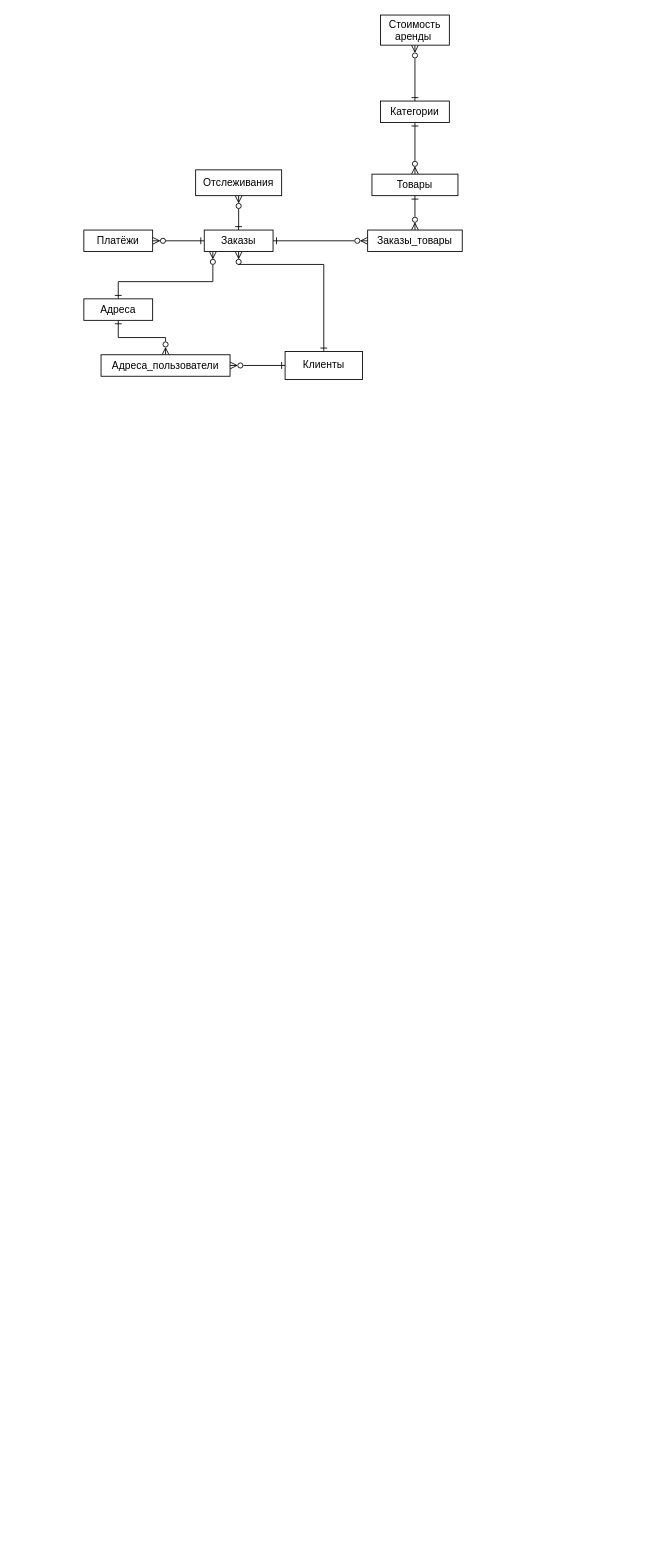
DanilaMalkin/FUrent keeps this draw.io diagram as СхемаБД.drawio. Above is the earlier version. Source tidied: cells renumbered, new cells numbered last; positions are measured from the earlier drawing's top-left corner, leaving out a move shared by most shapes. Both pictures are drawn from the tidied source at 86%, with x=0, y=0 at pixel (83, 15).
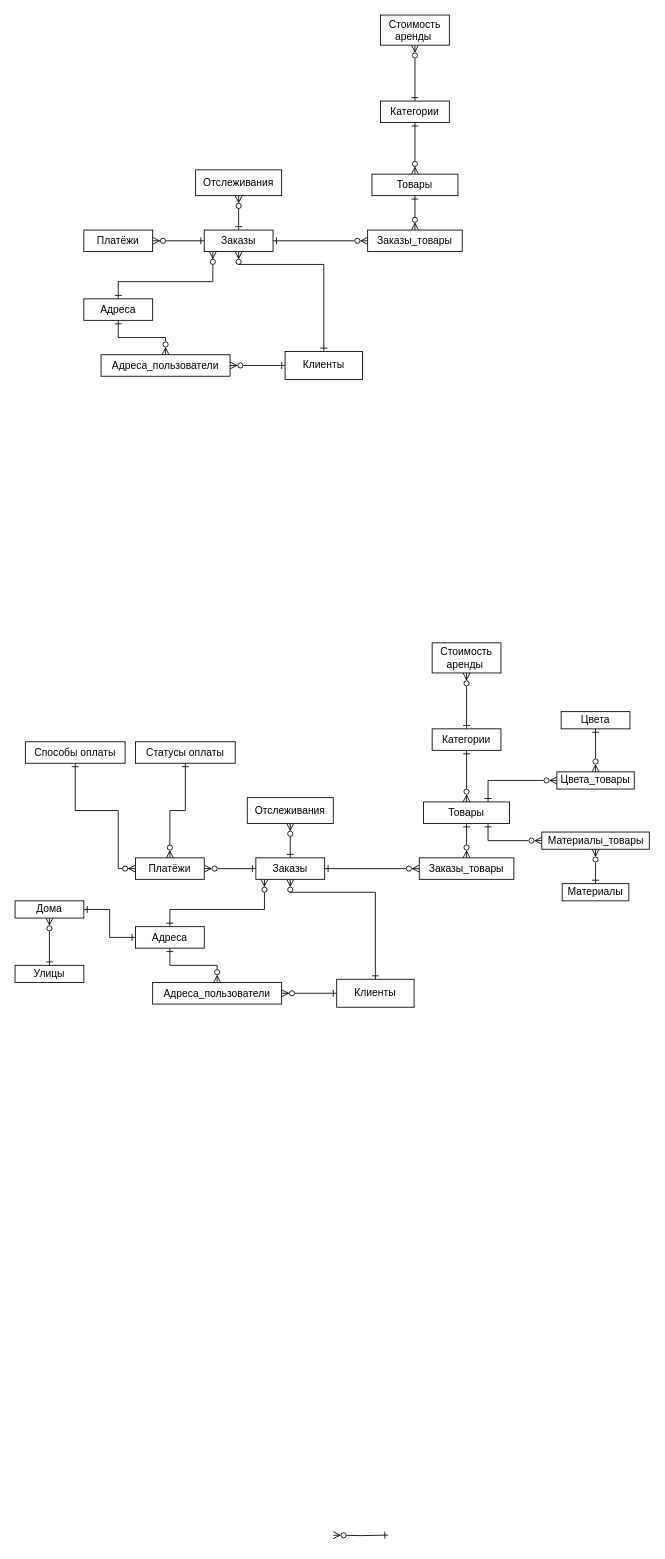
The same diagram, later.

The edit, as a diff of the source:
```diff
@@
+    <mxCell id="22" style="edgeStyle=orthogonalEdgeStyle;rounded=0;jettySize=auto;html=1;endArrow=ERzeroToMany;endFill=0;startArrow=ERone;startFill=0;" parent="1" edge="1" source="23" target="30">
+      <mxGeometry relative="1" as="geometry">
+        <Array as="points">
+          <mxPoint x="339" y="1020" />
+          <mxPoint x="240" y="1020" />
+        </Array>
+      </mxGeometry>
+    </mxCell>
+    <mxCell id="23" value="Клиенты" style="rounded=0;whiteSpace=wrap;html=1;" parent="1" vertex="1">
+      <mxGeometry x="294" y="1121.2" width="90" height="32.5" as="geometry" />
+    </mxCell>
+    <mxCell id="24" style="edgeStyle=orthogonalEdgeStyle;rounded=0;jettySize=auto;html=1;startArrow=ERone;startFill=0;endArrow=ERzeroToMany;endFill=0;" parent="1" edge="1" source="26" target="30">
+      <mxGeometry relative="1" as="geometry">
+        <Array as="points">
+          <mxPoint x="100" y="1040" />
+          <mxPoint x="210" y="1040" />
+        </Array>
+      </mxGeometry>
+    </mxCell>
+    <mxCell id="25" style="edgeStyle=orthogonalEdgeStyle;rounded=0;jettySize=auto;html=1;entryX=0.5;entryY=0;entryDx=0;entryDy=0;startArrow=ERone;startFill=0;endArrow=ERzeroToMany;endFill=0;" parent="1" edge="1" source="26" target="40">
+      <mxGeometry relative="1" as="geometry" />
+    </mxCell>
+    <mxCell id="26" value="Адреса" style="rounded=0;whiteSpace=wrap;html=1;" parent="1" vertex="1">
+      <mxGeometry x="60" y="1060" width="80" height="25" as="geometry" />
+    </mxCell>
+    <mxCell id="27" style="edgeStyle=orthogonalEdgeStyle;rounded=0;jettySize=auto;html=1;exitX=1;exitY=0.5;exitDx=0;exitDy=0;entryX=0;entryY=0.5;entryDx=0;entryDy=0;endArrow=ERone;endFill=0;startArrow=ERzeroToMany;startFill=0;" parent="1" edge="1" source="28" target="30">
+      <mxGeometry relative="1" as="geometry" />
+    </mxCell>
+    <mxCell id="28" value="Платёжи" style="rounded=0;whiteSpace=wrap;html=1;" parent="1" vertex="1">
+      <mxGeometry x="60" y="980" width="80" height="25" as="geometry" />
+    </mxCell>
+    <mxCell id="29" style="edgeStyle=orthogonalEdgeStyle;rounded=0;jettySize=auto;html=1;entryX=0.5;entryY=1;entryDx=0;entryDy=0;endArrow=ERzeroToMany;endFill=0;startArrow=ERone;startFill=0;" parent="1" edge="1" source="30" target="31">
+      <mxGeometry relative="1" as="geometry" />
+    </mxCell>
+    <mxCell id="30" value="Заказы" style="rounded=0;whiteSpace=wrap;html=1;" parent="1" vertex="1">
+      <mxGeometry x="200" y="980" width="80" height="25" as="geometry" />
+    </mxCell>
+    <mxCell id="31" value="Отслеживания" style="rounded=0;whiteSpace=wrap;html=1;" parent="1" vertex="1">
+      <mxGeometry x="190" y="910" width="100" height="30" as="geometry" />
+    </mxCell>
+    <mxCell id="32" style="edgeStyle=orthogonalEdgeStyle;rounded=0;jettySize=auto;html=1;entryX=1;entryY=0.5;entryDx=0;entryDy=0;startArrow=ERzeroToMany;startFill=0;endArrow=ERone;endFill=0;" parent="1" edge="1" source="34" target="30">
+      <mxGeometry relative="1" as="geometry" />
+    </mxCell>
+    <mxCell id="33" style="edgeStyle=orthogonalEdgeStyle;rounded=0;jettySize=auto;html=1;startArrow=ERone;startFill=0;endArrow=ERzeroToMany;endFill=0;entryX=0.5;entryY=0;entryDx=0;entryDy=0;exitX=0.5;exitY=1;exitDx=0;exitDy=0;" parent="1" edge="1" source="43" target="34">
+      <mxGeometry relative="1" as="geometry" />
+    </mxCell>
+    <mxCell id="34" value="Заказы_товары" style="rounded=0;whiteSpace=wrap;html=1;" parent="1" vertex="1">
+      <mxGeometry x="390" y="980" width="110" height="25" as="geometry" />
+    </mxCell>
+    <mxCell id="35" style="edgeStyle=orthogonalEdgeStyle;rounded=0;jettySize=auto;html=1;entryX=0.5;entryY=0;entryDx=0;entryDy=0;endArrow=ERzeroToMany;endFill=0;startArrow=ERone;startFill=0;" parent="1" edge="1" source="36" target="43">
+      <mxGeometry relative="1" as="geometry" />
+    </mxCell>
+    <mxCell id="36" value="Категории" style="rounded=0;whiteSpace=wrap;html=1;" parent="1" vertex="1">
+      <mxGeometry x="405" y="830" width="80" height="25" as="geometry" />
+    </mxCell>
+    <mxCell id="37" style="edgeStyle=orthogonalEdgeStyle;rounded=0;jettySize=auto;html=1;entryX=0.5;entryY=0;entryDx=0;entryDy=0;endArrow=ERone;endFill=0;startArrow=ERzeroToMany;startFill=0;" parent="1" edge="1" source="38" target="36">
+      <mxGeometry relative="1" as="geometry" />
+    </mxCell>
+    <mxCell id="38" value="Стоимость&lt;div&gt;аренды&amp;nbsp;&lt;/div&gt;" style="rounded=0;whiteSpace=wrap;html=1;" parent="1" vertex="1">
+      <mxGeometry x="405" y="730" width="80" height="35" as="geometry" />
+    </mxCell>
+    <mxCell id="39" style="edgeStyle=orthogonalEdgeStyle;rounded=0;jettySize=auto;html=1;entryX=0;entryY=0.5;entryDx=0;entryDy=0;endArrow=ERone;endFill=0;startArrow=ERzeroToMany;startFill=0;" parent="1" edge="1" source="40" target="23">
+      <mxGeometry relative="1" as="geometry" />
+    </mxCell>
+    <mxCell id="40" value="Адреса_пользователи" style="rounded=0;whiteSpace=wrap;html=1;" parent="1" vertex="1">
+      <mxGeometry x="80" y="1125" width="150" height="25" as="geometry" />
+    </mxCell>
+    <mxCell id="41" style="edgeStyle=orthogonalEdgeStyle;rounded=0;jettySize=auto;html=1;entryX=0.75;entryY=0;entryDx=0;entryDy=0;endArrow=ERone;endFill=0;startArrow=ERzeroToMany;startFill=0;exitX=0;exitY=0.5;exitDx=0;exitDy=0;" parent="1" edge="1" source="53" target="43">
+      <mxGeometry relative="1" as="geometry" />
+    </mxCell>
+    <mxCell id="42" style="edgeStyle=orthogonalEdgeStyle;rounded=0;jettySize=auto;html=1;entryX=0.75;entryY=1;entryDx=0;entryDy=0;startArrow=ERzeroToMany;startFill=0;endArrow=ERone;endFill=0;" parent="1" edge="1" source="52" target="43">
+      <mxGeometry relative="1" as="geometry" />
+    </mxCell>
+    <mxCell id="43" value="Товары" style="rounded=0;whiteSpace=wrap;html=1;" parent="1" vertex="1">
+      <mxGeometry x="395" y="915" width="100" height="25" as="geometry" />
+    </mxCell>
+    <mxCell id="44" value="Дома" style="rounded=0;whiteSpace=wrap;html=1;" parent="1" vertex="1">
+      <mxGeometry x="-80" y="1030" width="80" height="20" as="geometry" />
+    </mxCell>
+    <mxCell id="45" value="Улицы" style="rounded=0;whiteSpace=wrap;html=1;" parent="1" vertex="1">
+      <mxGeometry x="-80" y="1105" width="80" height="20" as="geometry" />
+    </mxCell>
+    <mxCell id="46" style="edgeStyle=orthogonalEdgeStyle;rounded=0;jettySize=auto;html=1;entryX=0.5;entryY=1;entryDx=0;entryDy=0;startArrow=ERone;startFill=0;endArrow=ERzeroToMany;endFill=0;" parent="1" edge="1" source="45" target="44">
+      <mxGeometry relative="1" as="geometry" />
+    </mxCell>
+    <mxCell id="47" style="edgeStyle=orthogonalEdgeStyle;rounded=0;jettySize=auto;html=1;entryX=0;entryY=0.5;entryDx=0;entryDy=0;startArrow=ERone;startFill=0;endArrow=ERone;endFill=0;exitX=1;exitY=0.5;exitDx=0;exitDy=0;" parent="1" edge="1" source="44" target="26">
+      <mxGeometry relative="1" as="geometry" />
+    </mxCell>
+    <mxCell id="48" style="edgeStyle=orthogonalEdgeStyle;rounded=0;jettySize=auto;html=1;entryX=0.5;entryY=0;entryDx=0;entryDy=0;startArrow=ERone;startFill=0;endArrow=ERzeroToMany;endFill=0;" parent="1" edge="1" source="49" target="28">
+      <mxGeometry relative="1" as="geometry" />
+    </mxCell>
+    <mxCell id="49" value="Статусы оплаты" style="rounded=0;whiteSpace=wrap;html=1;" parent="1" vertex="1">
+      <mxGeometry x="60" y="845" width="116" height="25" as="geometry" />
+    </mxCell>
+    <mxCell id="50" style="edgeStyle=orthogonalEdgeStyle;rounded=0;jettySize=auto;html=1;entryX=0;entryY=0.5;entryDx=0;entryDy=0;startArrow=ERone;startFill=0;endArrow=ERzeroToMany;endFill=0;" parent="1" edge="1" source="51" target="28">
+      <mxGeometry relative="1" as="geometry">
+        <Array as="points">
+          <mxPoint x="-10" y="925" />
+          <mxPoint x="40" y="925" />
+          <mxPoint x="40" y="993" />
+        </Array>
+      </mxGeometry>
+    </mxCell>
+    <mxCell id="51" value="Способы оплаты" style="rounded=0;whiteSpace=wrap;html=1;" parent="1" vertex="1">
+      <mxGeometry x="-68" y="845" width="116" height="25" as="geometry" />
+    </mxCell>
+    <mxCell id="52" value="Материалы_товары" style="rounded=0;whiteSpace=wrap;html=1;" parent="1" vertex="1">
+      <mxGeometry x="532.5" y="950" width="125" height="20" as="geometry" />
+    </mxCell>
+    <mxCell id="53" value="Цвета_товары" style="rounded=0;whiteSpace=wrap;html=1;" parent="1" vertex="1">
+      <mxGeometry x="550" y="880" width="90" height="20" as="geometry" />
+    </mxCell>
+    <mxCell id="54" value="Цвета" style="rounded=0;whiteSpace=wrap;html=1;" parent="1" vertex="1">
+      <mxGeometry x="555" y="810" width="80" height="20" as="geometry" />
+    </mxCell>
+    <mxCell id="55" style="edgeStyle=orthogonalEdgeStyle;rounded=0;jettySize=auto;html=1;entryX=0.5;entryY=1;entryDx=0;entryDy=0;endArrow=ERone;endFill=0;startArrow=ERzeroToMany;startFill=0;exitX=0.5;exitY=0;exitDx=0;exitDy=0;" parent="1" edge="1" source="53" target="54">
+      <mxGeometry relative="1" as="geometry" />
+    </mxCell>
+    <mxCell id="56" value="Материалы" style="rounded=0;whiteSpace=wrap;html=1;" parent="1" vertex="1">
+      <mxGeometry x="556.2" y="1010" width="77.5" height="20" as="geometry" />
+    </mxCell>
+    <mxCell id="57" style="edgeStyle=orthogonalEdgeStyle;rounded=0;jettySize=auto;html=1;entryX=0.5;entryY=0;entryDx=0;entryDy=0;endArrow=ERone;endFill=0;startArrow=ERzeroToMany;startFill=0;exitX=0.5;exitY=1;exitDx=0;exitDy=0;" parent="1" edge="1" source="52" target="56">
+      <mxGeometry relative="1" as="geometry" />
+    </mxCell>
+    <mxCell id="58" style="edgeStyle=orthogonalEdgeStyle;rounded=0;orthogonalLoop=1;jettySize=auto;html=1;entryX=0;entryY=0.5;entryDx=0;entryDy=0;endArrow=ERone;endFill=0;startArrow=ERzeroToMany;startFill=0;" parent="1" edge="1">
+      <mxGeometry relative="1" as="geometry">
+        <mxPoint x="290" y="1767.6" as="sourcePoint" />
+        <mxPoint x="354" y="1767.5" as="targetPoint" />
+      </mxGeometry>
+    </mxCell>
```
